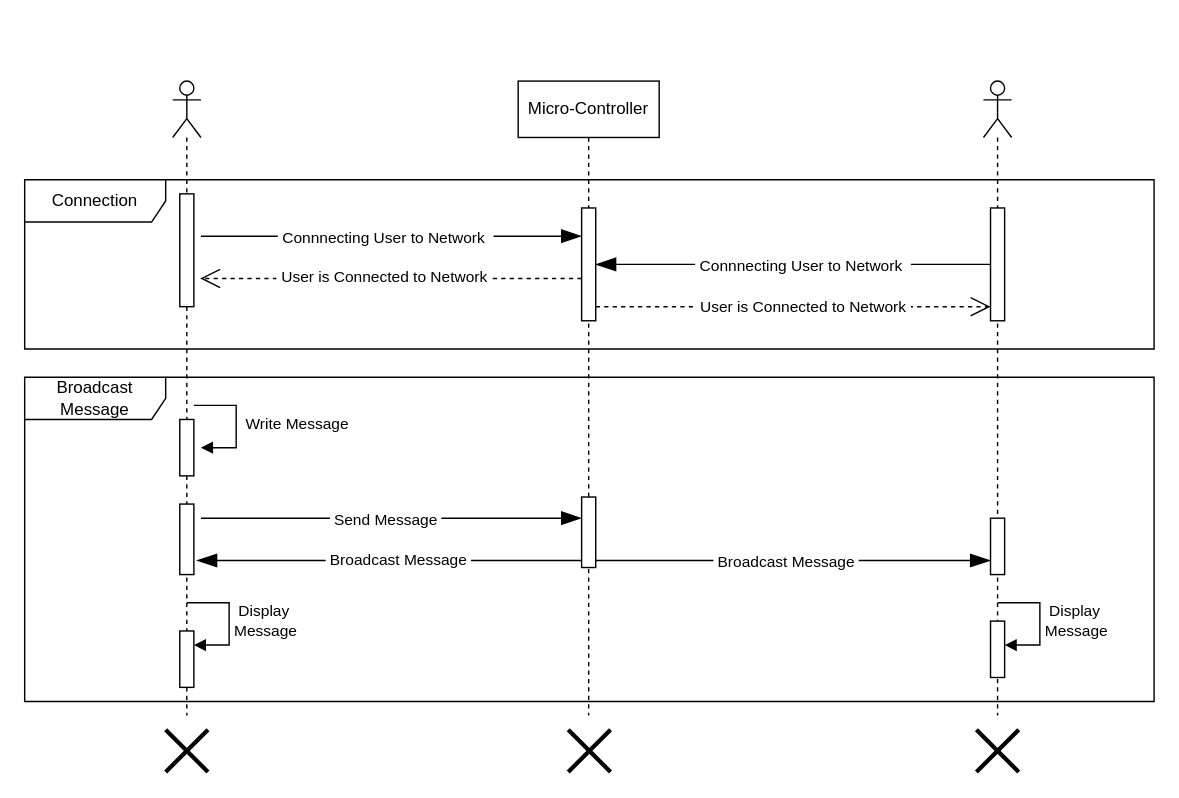
Above: Figures/Sequence Diagram/Draw-io/AndroCom_SequenceDiagram_BroadcastMessage.drawio in imharris24/AndroCom-Android (draw.io), before the change. Source tidied: cells renumbered, new cells numbered last; positions are measured from the earlier drawing's top-left corner, leaving out a move shared by most shapes. Both pictures are drawn from the tidied source at 141%, with x=0, y=0 at pixel (24, 80).
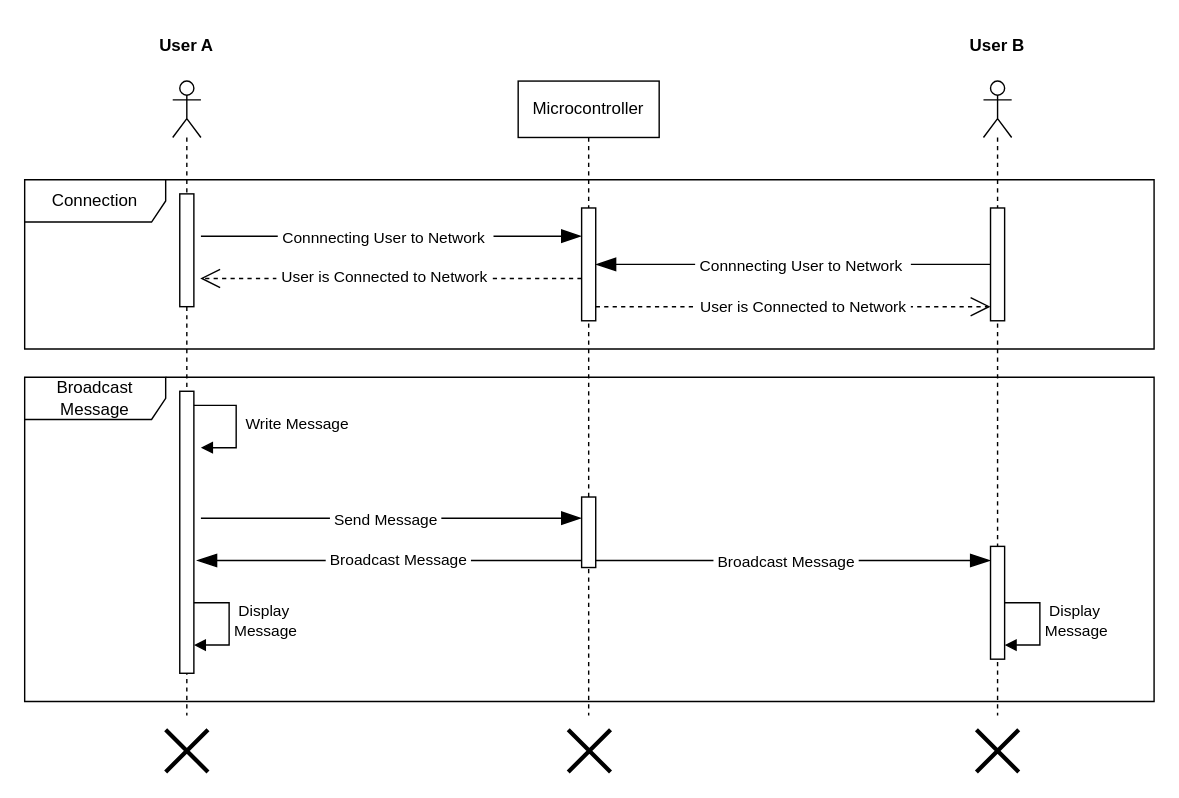
The same diagram, later.

Commit message (it also covers changes not shown here):
Updating Sequence Diagram

Unchanged cells that the change refers to:
```xml
<mxCell id="4" style="shape=umlLifeline;perimeter=lifelinePerimeter;whiteSpace=wrap;html=1;newEdgeStyle={&quot;curved&quot;:0,&quot;rounded&quot;:0};participant=umlActor;" parent="1" vertex="1">
  <mxGeometry x="105" width="20" height="450" as="geometry" />
</mxCell>
<mxCell id="12" style="shape=umlLifeline;perimeter=lifelinePerimeter;whiteSpace=wrap;html=1;newEdgeStyle={&quot;curved&quot;:0,&quot;rounded&quot;:0};participant=umlActor;" parent="1" vertex="1">
  <mxGeometry x="680" width="20" height="450" as="geometry" />
</mxCell>
```

The edit, as a diff of the source:
```diff
@@
-    <mxCell id="2" value="Micro-Controller" style="shape=umlLifeline;perimeter=lifelinePerimeter;whiteSpace=wrap;html=1;newEdgeStyle={&quot;edgeStyle&quot;:&quot;elbowEdgeStyle&quot;,&quot;elbow&quot;:&quot;vertical&quot;,&quot;curved&quot;:0,&quot;rounded&quot;:0};" parent="1" vertex="1">
+    <mxCell id="2" value="Microcontroller" style="shape=umlLifeline;perimeter=lifelinePerimeter;whiteSpace=wrap;html=1;newEdgeStyle={&quot;edgeStyle&quot;:&quot;elbowEdgeStyle&quot;,&quot;elbow&quot;:&quot;vertical&quot;,&quot;curved&quot;:0,&quot;rounded&quot;:0};" parent="1" vertex="1">
       <mxGeometry x="350" width="100" height="450" as="geometry" />
     </mxCell>
@@
+    <mxCell id="9" value="&amp;nbsp;Display&lt;br style=&quot;border-color: var(--border-color);&quot;&gt;Message&amp;nbsp;" style="html=1;align=left;spacingLeft=2;endArrow=block;rounded=0;edgeStyle=orthogonalEdgeStyle;curved=0;rounded=0;" parent="4" edge="1">
+      <mxGeometry relative="1" as="geometry">
+        <mxPoint x="10" y="370" as="sourcePoint" />
+        <mxPoint x="15" y="400" as="targetPoint" />
+        <Array as="points">
+          <mxPoint x="40" y="400" />
+        </Array>
+      </mxGeometry>
+    </mxCell>
     <mxCell id="6" style="html=1;perimeter=orthogonalPerimeter;targetShapes=umlLifeline;newEdgeStyle={&quot;curved&quot;:0,&quot;rounded&quot;:0};" parent="4" vertex="1">
-      <mxGeometry x="5" y="240" width="10" height="40" as="geometry" />
+      <mxGeometry x="5" y="220" width="10" height="200" as="geometry" />
     </mxCell>
-    <mxCell id="7" style="html=1;perimeter=orthogonalPerimeter;targetShapes=umlLifeline;newEdgeStyle={&quot;curved&quot;:0,&quot;rounded&quot;:0};" parent="4" vertex="1">
-      <mxGeometry x="5" y="300" width="10" height="50" as="geometry" />
-    </mxCell>
-    <mxCell id="8" style="html=1;points=[[0,0,0,0,5],[0,1,0,0,-5],[1,0,0,0,5],[1,1,0,0,-5]];perimeter=orthogonalPerimeter;outlineConnect=0;targetShapes=umlLifeline;portConstraint=eastwest;newEdgeStyle={&quot;curved&quot;:0,&quot;rounded&quot;:0};" parent="4" vertex="1">
-      <mxGeometry x="5" y="390" width="10" height="40" as="geometry" />
-    </mxCell>
-    <mxCell id="9" value="&amp;nbsp;Display&lt;br style=&quot;border-color: var(--border-color);&quot;&gt;Message&amp;nbsp;" style="html=1;align=left;spacingLeft=2;endArrow=block;rounded=0;edgeStyle=orthogonalEdgeStyle;curved=0;rounded=0;" parent="4" edge="1" target="8">
-      <mxGeometry relative="1" as="geometry">
-        <mxPoint x="10" y="370" as="sourcePoint" />
-        <Array as="points">
-          <mxPoint x="40" y="400" />
-        </Array>
-      </mxGeometry>
-    </mxCell>
@@
+    <mxCell id="16" value="&amp;nbsp;Display &lt;br&gt;Message&amp;nbsp;" style="html=1;align=left;spacingLeft=2;endArrow=block;rounded=0;edgeStyle=orthogonalEdgeStyle;curved=0;rounded=0;" parent="12" edge="1">
+      <mxGeometry relative="1" as="geometry">
+        <mxPoint x="10" y="370" as="sourcePoint" />
+        <mxPoint x="15" y="400" as="targetPoint" />
+        <Array as="points">
+          <mxPoint x="40" y="400" />
+        </Array>
+      </mxGeometry>
+    </mxCell>
     <mxCell id="14" style="html=1;perimeter=orthogonalPerimeter;targetShapes=umlLifeline;newEdgeStyle={&quot;curved&quot;:0,&quot;rounded&quot;:0};" parent="12" vertex="1">
-      <mxGeometry x="5" y="310" width="10" height="40" as="geometry" />
+      <mxGeometry x="5" y="330" width="10" height="80" as="geometry" />
     </mxCell>
-    <mxCell id="15" style="html=1;points=[[0,0,0,0,5],[0,1,0,0,-5],[1,0,0,0,5],[1,1,0,0,-5]];perimeter=orthogonalPerimeter;outlineConnect=0;targetShapes=umlLifeline;portConstraint=eastwest;newEdgeStyle={&quot;curved&quot;:0,&quot;rounded&quot;:0};" parent="12" vertex="1">
-      <mxGeometry x="5" y="383" width="10" height="40" as="geometry" />
-    </mxCell>
-    <mxCell id="16" value="&amp;nbsp;Display &lt;br&gt;Message&amp;nbsp;" style="html=1;align=left;spacingLeft=2;endArrow=block;rounded=0;edgeStyle=orthogonalEdgeStyle;curved=0;rounded=0;" parent="12" edge="1" target="15">
-      <mxGeometry relative="1" as="geometry">
-        <mxPoint x="10" y="370" as="sourcePoint" />
-        <Array as="points">
-          <mxPoint x="40" y="400" />
-        </Array>
-      </mxGeometry>
-    </mxCell>
@@
+    <mxCell id="36" value="&lt;b&gt;User A&lt;/b&gt;" style="text;html=1;strokeColor=none;fillColor=none;align=center;verticalAlign=middle;whiteSpace=wrap;rounded=0;" parent="1" vertex="1">
+      <mxGeometry x="85" y="-40" width="60" height="30" as="geometry" />
+    </mxCell>
+    <mxCell id="37" value="&lt;b&gt;User B&lt;/b&gt;" style="text;html=1;strokeColor=none;fillColor=none;align=center;verticalAlign=middle;whiteSpace=wrap;rounded=0;" parent="1" vertex="1">
+      <mxGeometry x="660" y="-40" width="60" height="30" as="geometry" />
+    </mxCell>
```
